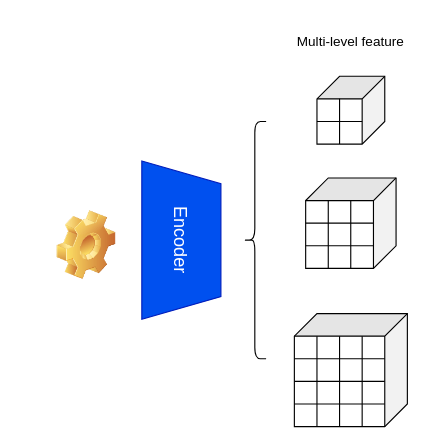
The draw.io diagram img/DynamicVQ.drawio in wenqi-wang20/img, before the edit. Source tidied: cells renumbered, new cells numbered last; positions are measured from the earlier drawing's top-left corner, leaving out a move shared by most shapes. Both pictures are drawn from the tidied source at 113%, with x=0, y=0 at pixel (56, 19). Pictures stored in the file or linked from it are replaced by grey dashed boxes.
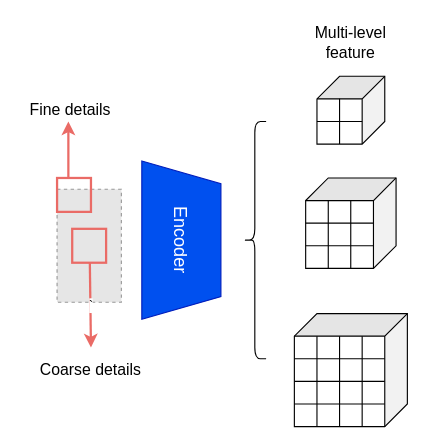
After the change.

The edit, as a diff of the source:
```diff
@@
-    <mxCell id="4" value="Multi-level feature" style="text;html=1;strokeColor=none;fillColor=none;align=center;verticalAlign=middle;whiteSpace=wrap;rounded=0;" parent="1" vertex="1">
+    <mxCell id="4" value="&lt;font style=&quot;font-size: 14px;&quot;&gt;Multi-level feature&lt;/font&gt;" style="text;html=1;strokeColor=none;fillColor=none;align=center;verticalAlign=middle;whiteSpace=wrap;rounded=0;" parent="1" vertex="1">
       <mxGeometry x="205" width="110" height="40" as="geometry" />
     </mxCell>
@@
-    <mxCell id="24" style="shape=image;html=1;verticalLabelPosition=bottom;verticalAlign=top;imageAspect=1;image=img/clipart/Gear_128x128.png;" parent="1" vertex="1">
-      <mxGeometry y="169" width="52" height="61" as="geometry" />
-    </mxCell>
+    <mxCell id="25" style="fillColor=#E6E6E6;strokeColor=#999999;dashed=1;verticalLabelPosition=bottom;labelBackgroundColor=default;verticalAlign=top;" parent="1" vertex="1">
+      <mxGeometry y="150" width="56.9" height="100" as="geometry" />
+    </mxCell>
+    <mxCell id="26" style="whiteSpace=wrap;html=1;fillColor=none;strokeWidth=2;strokeColor=#EA6B66;" parent="1" vertex="1">
+      <mxGeometry y="140" width="30" height="30" as="geometry" />
+    </mxCell>
+    <mxCell id="27" style="whiteSpace=wrap;html=1;fillColor=none;strokeWidth=2;strokeColor=#EA6B66;" parent="1" vertex="1">
+      <mxGeometry x="13.4" y="185" width="30" height="30" as="geometry" />
+    </mxCell>
+    <mxCell id="28" style="endArrow=classic;html=1;rounded=0;strokeWidth=2;strokeColor=#EA6B66;" parent="1" edge="1">
+      <mxGeometry relative="1" as="geometry">
+        <mxPoint x="10" y="140" as="sourcePoint" />
+        <mxPoint x="10" y="90" as="targetPoint" />
+      </mxGeometry>
+    </mxCell>
+    <mxCell id="29" value="&lt;font style=&quot;font-size: 14px;&quot;&gt;Fine details&lt;/font&gt;" style="text;html=1;strokeColor=none;fillColor=none;align=center;verticalAlign=middle;whiteSpace=wrap;rounded=0;" parent="1" vertex="1">
+      <mxGeometry x="-33.1" y="65" width="90" height="30" as="geometry" />
+    </mxCell>
+    <mxCell id="30" value="`" style="endArrow=classic;html=1;rounded=0;strokeWidth=2;strokeColor=#EA6B66;" parent="1" edge="1">
+      <mxGeometry relative="1" as="geometry">
+        <mxPoint x="29" y="215" as="sourcePoint" />
+        <mxPoint x="30" y="290" as="targetPoint" />
+      </mxGeometry>
+    </mxCell>
+    <mxCell id="31" value="&lt;font style=&quot;font-size: 14px;&quot;&gt;Coarse details&lt;/font&gt;" style="text;html=1;strokeColor=none;fillColor=none;align=center;verticalAlign=middle;whiteSpace=wrap;rounded=0;" parent="1" vertex="1">
+      <mxGeometry x="-20" y="295" width="100" height="30" as="geometry" />
+    </mxCell>
```
